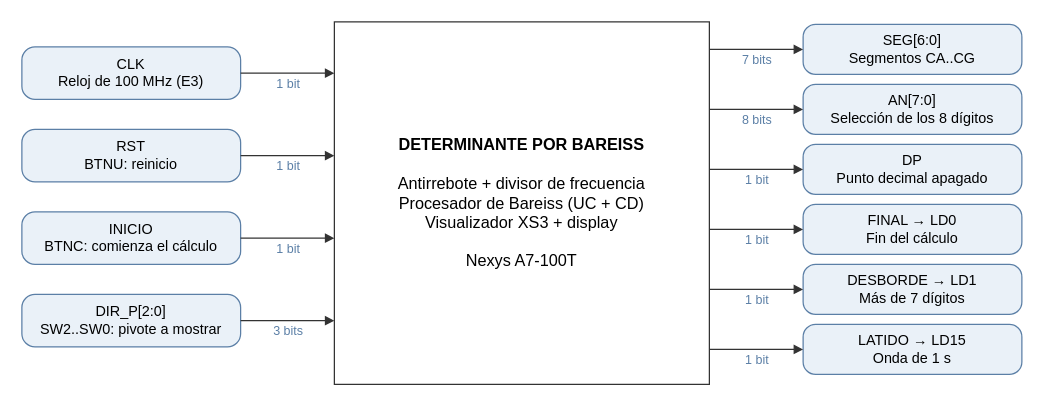
Above: informe/figuras/caja_negra_sistema.drawio in juanfedelgadoa-lgtm/taller-5-microprocesadores (draw.io), before the change. Source tidied: cells renumbered, new cells numbered last; positions are measured from the earlier drawing's top-left corner, leaving out a move shared by most shapes. Both pictures are drawn from the tidied source at 125%, with x=0, y=0 at pixel (21, 21).
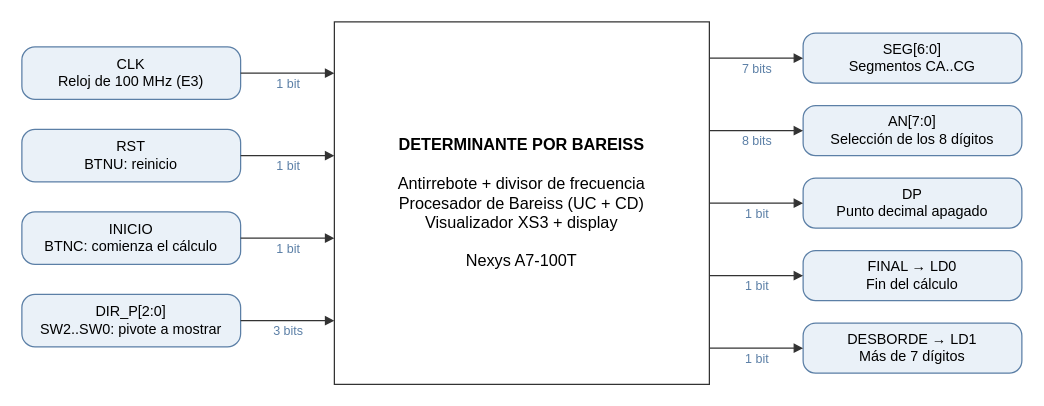
After the change.

The change refers to these unchanged cells:
```xml
<mxCell id="2" value="&lt;b&gt;DETERMINANTE POR BAREISS&lt;/b&gt;&lt;br&gt;&lt;br&gt;Antirrebote + divisor de frecuencia&lt;br&gt;Procesador de Bareiss (UC + CD)&lt;br&gt;Visualizador XS3 + display&lt;br&gt;&lt;br&gt;Nexys A7-100T" style="fontFamily=Helvetica;rounded=0;whiteSpace=wrap;html=1;fillColor=#FFFFFF;strokeColor=#333333;fontSize=12;fontSize=13;" parent="1" vertex="1">
  <mxGeometry x="250" width="300" height="290" as="geometry" />
</mxCell>
```

What changed in the source:
```diff
@@
     <mxCell id="11" value="SEG[6:0]&lt;br&gt;Segmentos CA..CG" style="fontFamily=Helvetica;rounded=1;arcSize=25;whiteSpace=wrap;html=1;fillColor=#EAF1F8;strokeColor=#5B7FA6;fontSize=10.5;fontSize=11.5;" parent="1" vertex="1">
-      <mxGeometry x="625" y="2" width="175" height="40" as="geometry" />
+      <mxGeometry x="625" y="9" width="175" height="40" as="geometry" />
     </mxCell>
-    <mxCell id="12" value="7 bits" style="edgeStyle=orthogonalEdgeStyle;rounded=0;html=1;endArrow=block;endFill=1;endSize=5;strokeColor=#333333;fontSize=9;fontFamily=Helvetica;labelBackgroundColor=#FFFFFF;fontColor=#5B7FA6;fontSize=10;exitX=1;exitY=0.07586206896551724;exitDx=0;exitDy=0;entryX=0;entryY=0.5;entryDx=0;entryDy=0;" parent="1" edge="1" source="2" target="11">
+    <mxCell id="12" value="7 bits" style="edgeStyle=orthogonalEdgeStyle;rounded=0;html=1;endArrow=block;endFill=1;endSize=5;strokeColor=#333333;fontSize=9;fontFamily=Helvetica;labelBackgroundColor=#FFFFFF;fontColor=#5B7FA6;fontSize=10;exitX=1;exitY=0.1;exitDx=0;exitDy=0;entryX=0;entryY=0.5;entryDx=0;entryDy=0;" parent="1" edge="1" source="2" target="11">
       <mxGeometry y="-8" relative="1" as="geometry" />
     </mxCell>
     <mxCell id="13" value="AN[7:0]&lt;br&gt;Selección de los 8 dígitos" style="fontFamily=Helvetica;rounded=1;arcSize=25;whiteSpace=wrap;html=1;fillColor=#EAF1F8;strokeColor=#5B7FA6;fontSize=10.5;fontSize=11.5;" parent="1" vertex="1">
-      <mxGeometry x="625" y="50" width="175" height="40" as="geometry" />
+      <mxGeometry x="625" y="67" width="175" height="40" as="geometry" />
     </mxCell>
-    <mxCell id="14" value="8 bits" style="edgeStyle=orthogonalEdgeStyle;rounded=0;html=1;endArrow=block;endFill=1;endSize=5;strokeColor=#333333;fontSize=9;fontFamily=Helvetica;labelBackgroundColor=#FFFFFF;fontColor=#5B7FA6;fontSize=10;exitX=1;exitY=0.2413793103448276;exitDx=0;exitDy=0;entryX=0;entryY=0.5;entryDx=0;entryDy=0;" parent="1" edge="1" source="2" target="13">
+    <mxCell id="14" value="8 bits" style="edgeStyle=orthogonalEdgeStyle;rounded=0;html=1;endArrow=block;endFill=1;endSize=5;strokeColor=#333333;fontSize=9;fontFamily=Helvetica;labelBackgroundColor=#FFFFFF;fontColor=#5B7FA6;fontSize=10;exitX=1;exitY=0.3;exitDx=0;exitDy=0;entryX=0;entryY=0.5;entryDx=0;entryDy=0;" parent="1" edge="1" source="2" target="13">
       <mxGeometry y="-8" relative="1" as="geometry" />
     </mxCell>
     <mxCell id="15" value="DP&lt;br&gt;Punto decimal apagado" style="fontFamily=Helvetica;rounded=1;arcSize=25;whiteSpace=wrap;html=1;fillColor=#EAF1F8;strokeColor=#5B7FA6;fontSize=10.5;fontSize=11.5;" parent="1" vertex="1">
-      <mxGeometry x="625" y="98" width="175" height="40" as="geometry" />
+      <mxGeometry x="625" y="125" width="175" height="40" as="geometry" />
     </mxCell>
-    <mxCell id="16" value="1 bit" style="edgeStyle=orthogonalEdgeStyle;rounded=0;html=1;endArrow=block;endFill=1;endSize=5;strokeColor=#333333;fontSize=9;fontFamily=Helvetica;labelBackgroundColor=#FFFFFF;fontColor=#5B7FA6;fontSize=10;exitX=1;exitY=0.4068965517241379;exitDx=0;exitDy=0;entryX=0;entryY=0.5;entryDx=0;entryDy=0;" parent="1" edge="1" source="2" target="15">
+    <mxCell id="16" value="1 bit" style="edgeStyle=orthogonalEdgeStyle;rounded=0;html=1;endArrow=block;endFill=1;endSize=5;strokeColor=#333333;fontSize=9;fontFamily=Helvetica;labelBackgroundColor=#FFFFFF;fontColor=#5B7FA6;fontSize=10;exitX=1;exitY=0.5;exitDx=0;exitDy=0;entryX=0;entryY=0.5;entryDx=0;entryDy=0;" parent="1" edge="1" source="2" target="15">
       <mxGeometry y="-8" relative="1" as="geometry" />
     </mxCell>
     <mxCell id="17" value="FINAL → LD0&lt;br&gt;Fin del cálculo" style="fontFamily=Helvetica;rounded=1;arcSize=25;whiteSpace=wrap;html=1;fillColor=#EAF1F8;strokeColor=#5B7FA6;fontSize=10.5;fontSize=11.5;" parent="1" vertex="1">
-      <mxGeometry x="625" y="146" width="175" height="40" as="geometry" />
+      <mxGeometry x="625" y="183" width="175" height="40" as="geometry" />
     </mxCell>
-    <mxCell id="18" value="1 bit" style="edgeStyle=orthogonalEdgeStyle;rounded=0;html=1;endArrow=block;endFill=1;endSize=5;strokeColor=#333333;fontSize=9;fontFamily=Helvetica;labelBackgroundColor=#FFFFFF;fontColor=#5B7FA6;fontSize=10;exitX=1;exitY=0.5724137931034483;exitDx=0;exitDy=0;entryX=0;entryY=0.5;entryDx=0;entryDy=0;" parent="1" edge="1" source="2" target="17">
+    <mxCell id="18" value="1 bit" style="edgeStyle=orthogonalEdgeStyle;rounded=0;html=1;endArrow=block;endFill=1;endSize=5;strokeColor=#333333;fontSize=9;fontFamily=Helvetica;labelBackgroundColor=#FFFFFF;fontColor=#5B7FA6;fontSize=10;exitX=1;exitY=0.7;exitDx=0;exitDy=0;entryX=0;entryY=0.5;entryDx=0;entryDy=0;" parent="1" edge="1" source="2" target="17">
       <mxGeometry y="-8" relative="1" as="geometry" />
     </mxCell>
     <mxCell id="19" value="DESBORDE → LD1&lt;br&gt;Más de 7 dígitos" style="fontFamily=Helvetica;rounded=1;arcSize=25;whiteSpace=wrap;html=1;fillColor=#EAF1F8;strokeColor=#5B7FA6;fontSize=10.5;fontSize=11.5;" parent="1" vertex="1">
-      <mxGeometry x="625" y="194" width="175" height="40" as="geometry" />
+      <mxGeometry x="625" y="241" width="175" height="40" as="geometry" />
     </mxCell>
-    <mxCell id="20" value="1 bit" style="edgeStyle=orthogonalEdgeStyle;rounded=0;html=1;endArrow=block;endFill=1;endSize=5;strokeColor=#333333;fontSize=9;fontFamily=Helvetica;labelBackgroundColor=#FFFFFF;fontColor=#5B7FA6;fontSize=10;exitX=1;exitY=0.7379310344827587;exitDx=0;exitDy=0;entryX=0;entryY=0.5;entryDx=0;entryDy=0;" parent="1" edge="1" source="2" target="19">
+    <mxCell id="20" value="1 bit" style="edgeStyle=orthogonalEdgeStyle;rounded=0;html=1;endArrow=block;endFill=1;endSize=5;strokeColor=#333333;fontSize=9;fontFamily=Helvetica;labelBackgroundColor=#FFFFFF;fontColor=#5B7FA6;fontSize=10;exitX=1;exitY=0.9;exitDx=0;exitDy=0;entryX=0;entryY=0.5;entryDx=0;entryDy=0;" parent="1" edge="1" source="2" target="19">
       <mxGeometry y="-8" relative="1" as="geometry" />
     </mxCell>
-    <mxCell id="21" value="LATIDO → LD15&lt;br&gt;Onda de 1 s" style="fontFamily=Helvetica;rounded=1;arcSize=25;whiteSpace=wrap;html=1;fillColor=#EAF1F8;strokeColor=#5B7FA6;fontSize=10.5;fontSize=11.5;" parent="1" vertex="1">
-      <mxGeometry x="625" y="242" width="175" height="40" as="geometry" />
-    </mxCell>
-    <mxCell id="22" value="1 bit" style="edgeStyle=orthogonalEdgeStyle;rounded=0;html=1;endArrow=block;endFill=1;endSize=5;strokeColor=#333333;fontSize=9;fontFamily=Helvetica;labelBackgroundColor=#FFFFFF;fontColor=#5B7FA6;fontSize=10;exitX=1;exitY=0.903448275862069;exitDx=0;exitDy=0;entryX=0;entryY=0.5;entryDx=0;entryDy=0;" parent="1" edge="1" source="2" target="21">
-      <mxGeometry y="-8" relative="1" as="geometry" />
-    </mxCell>
```
